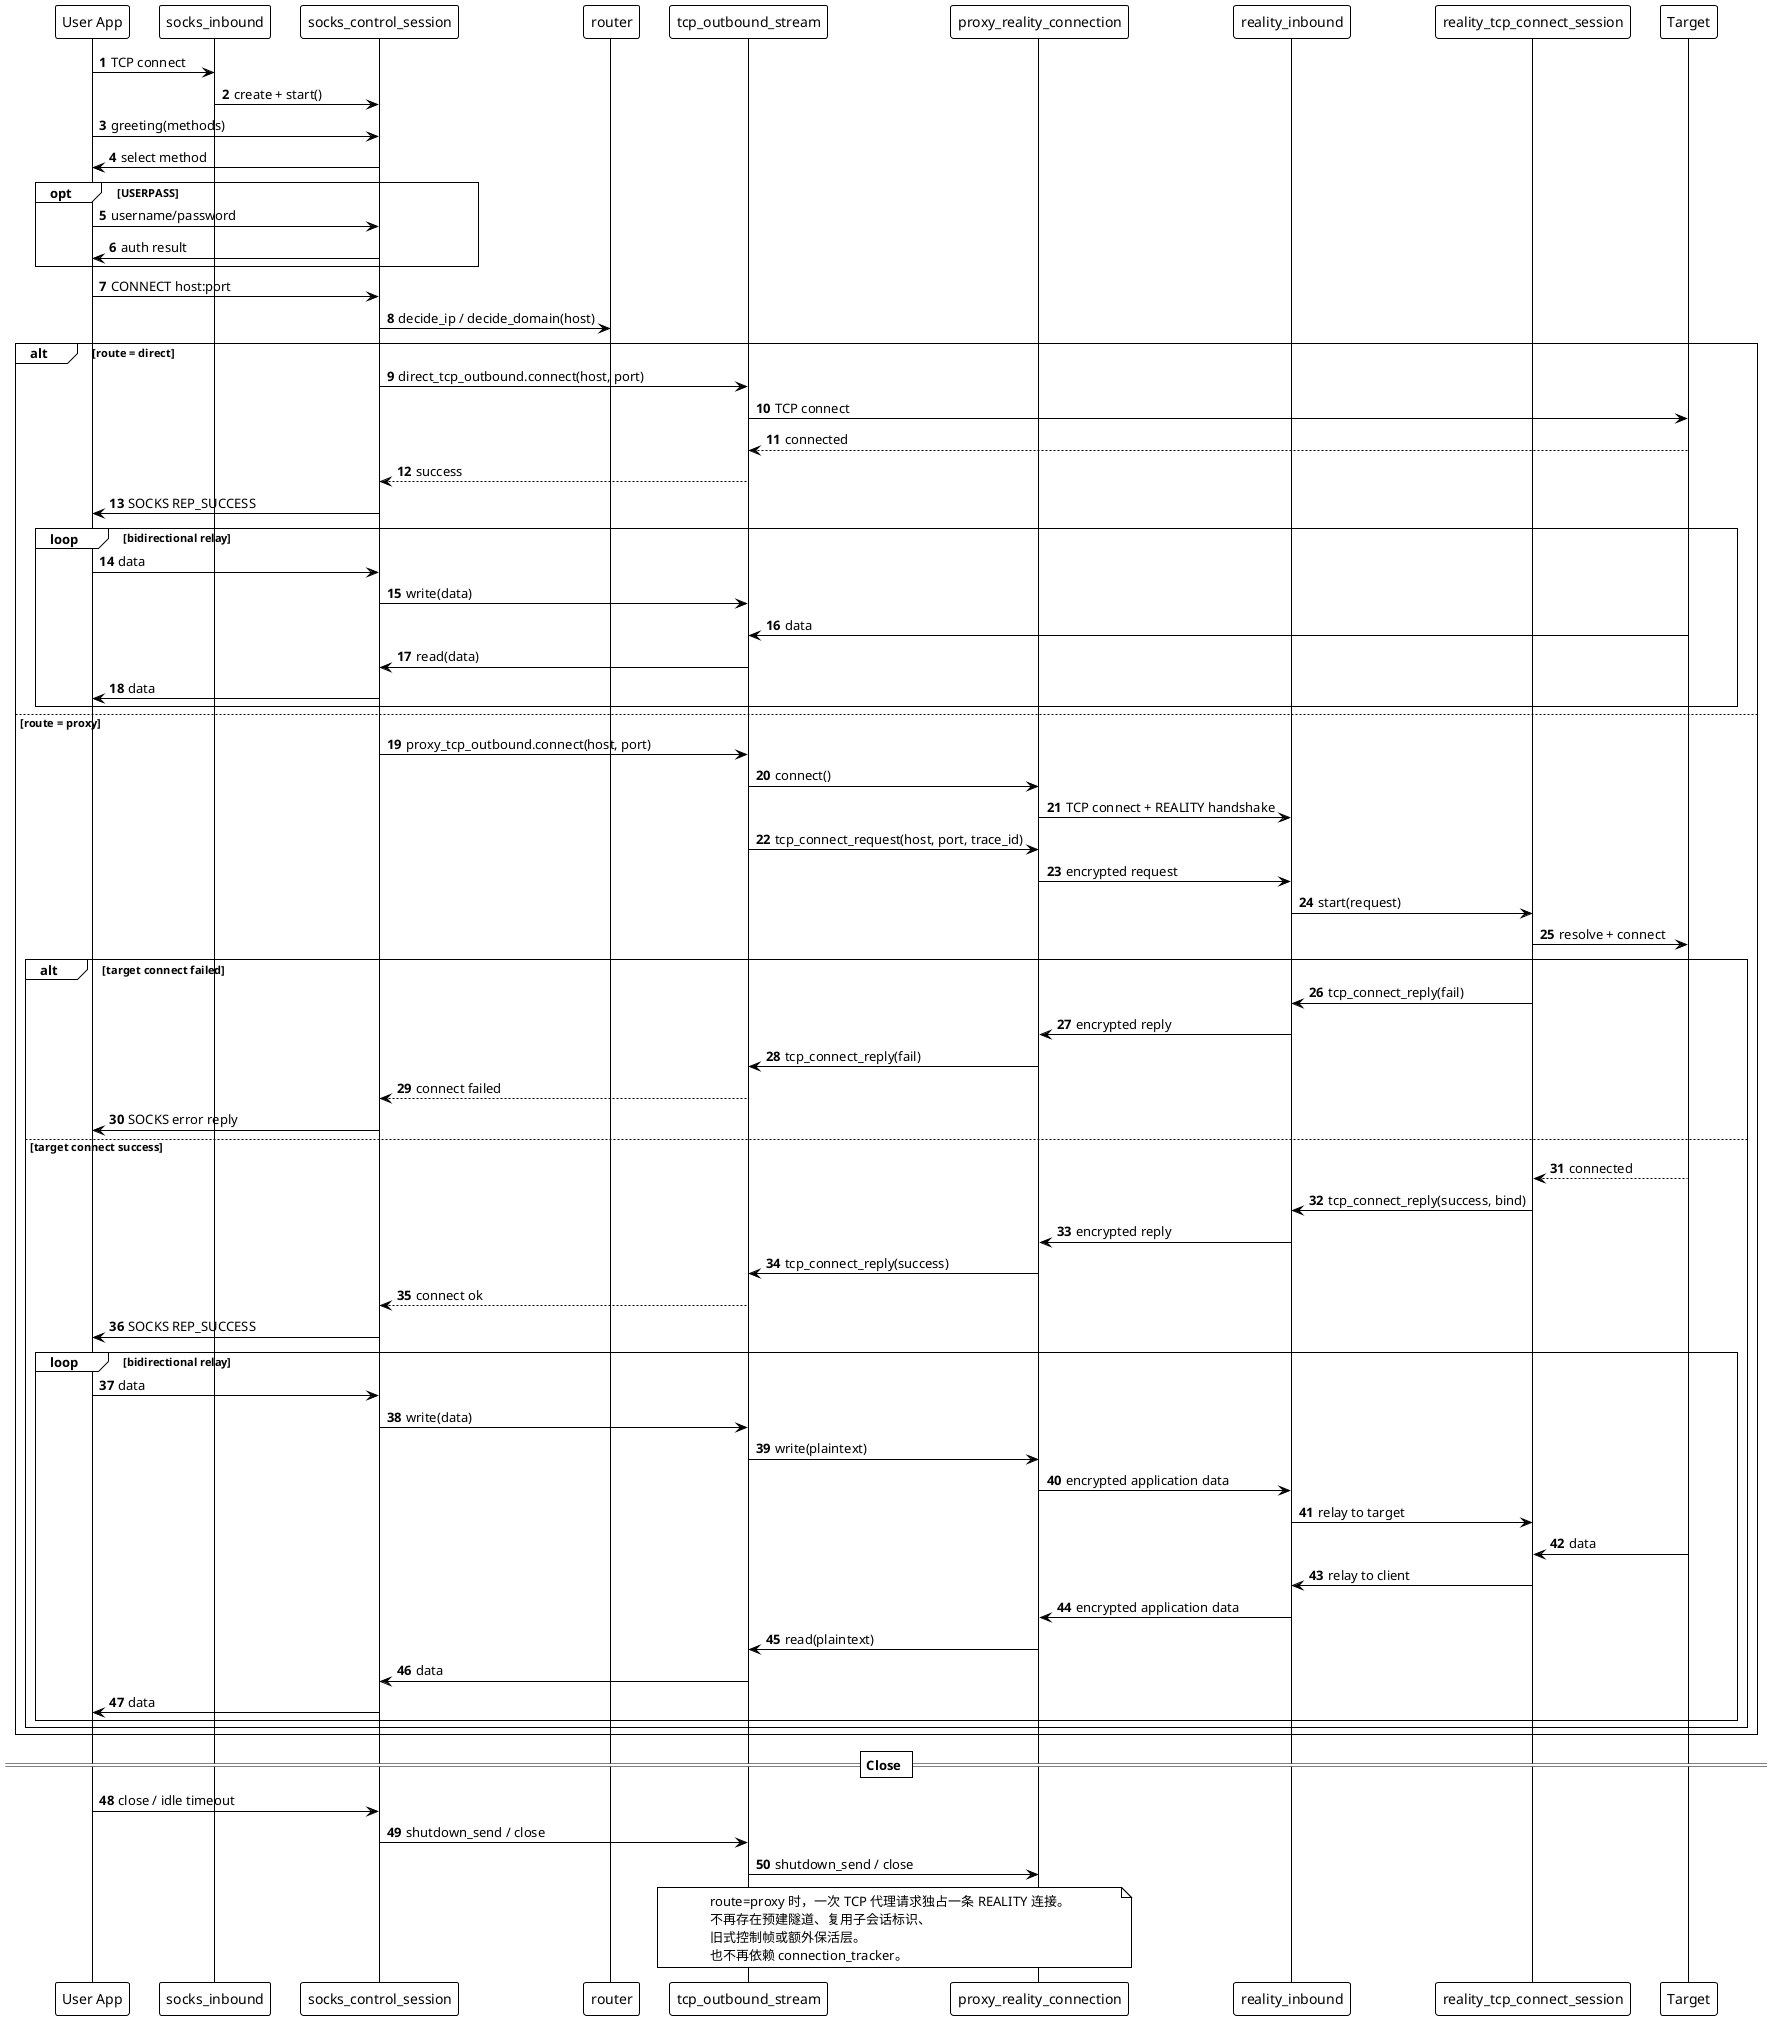
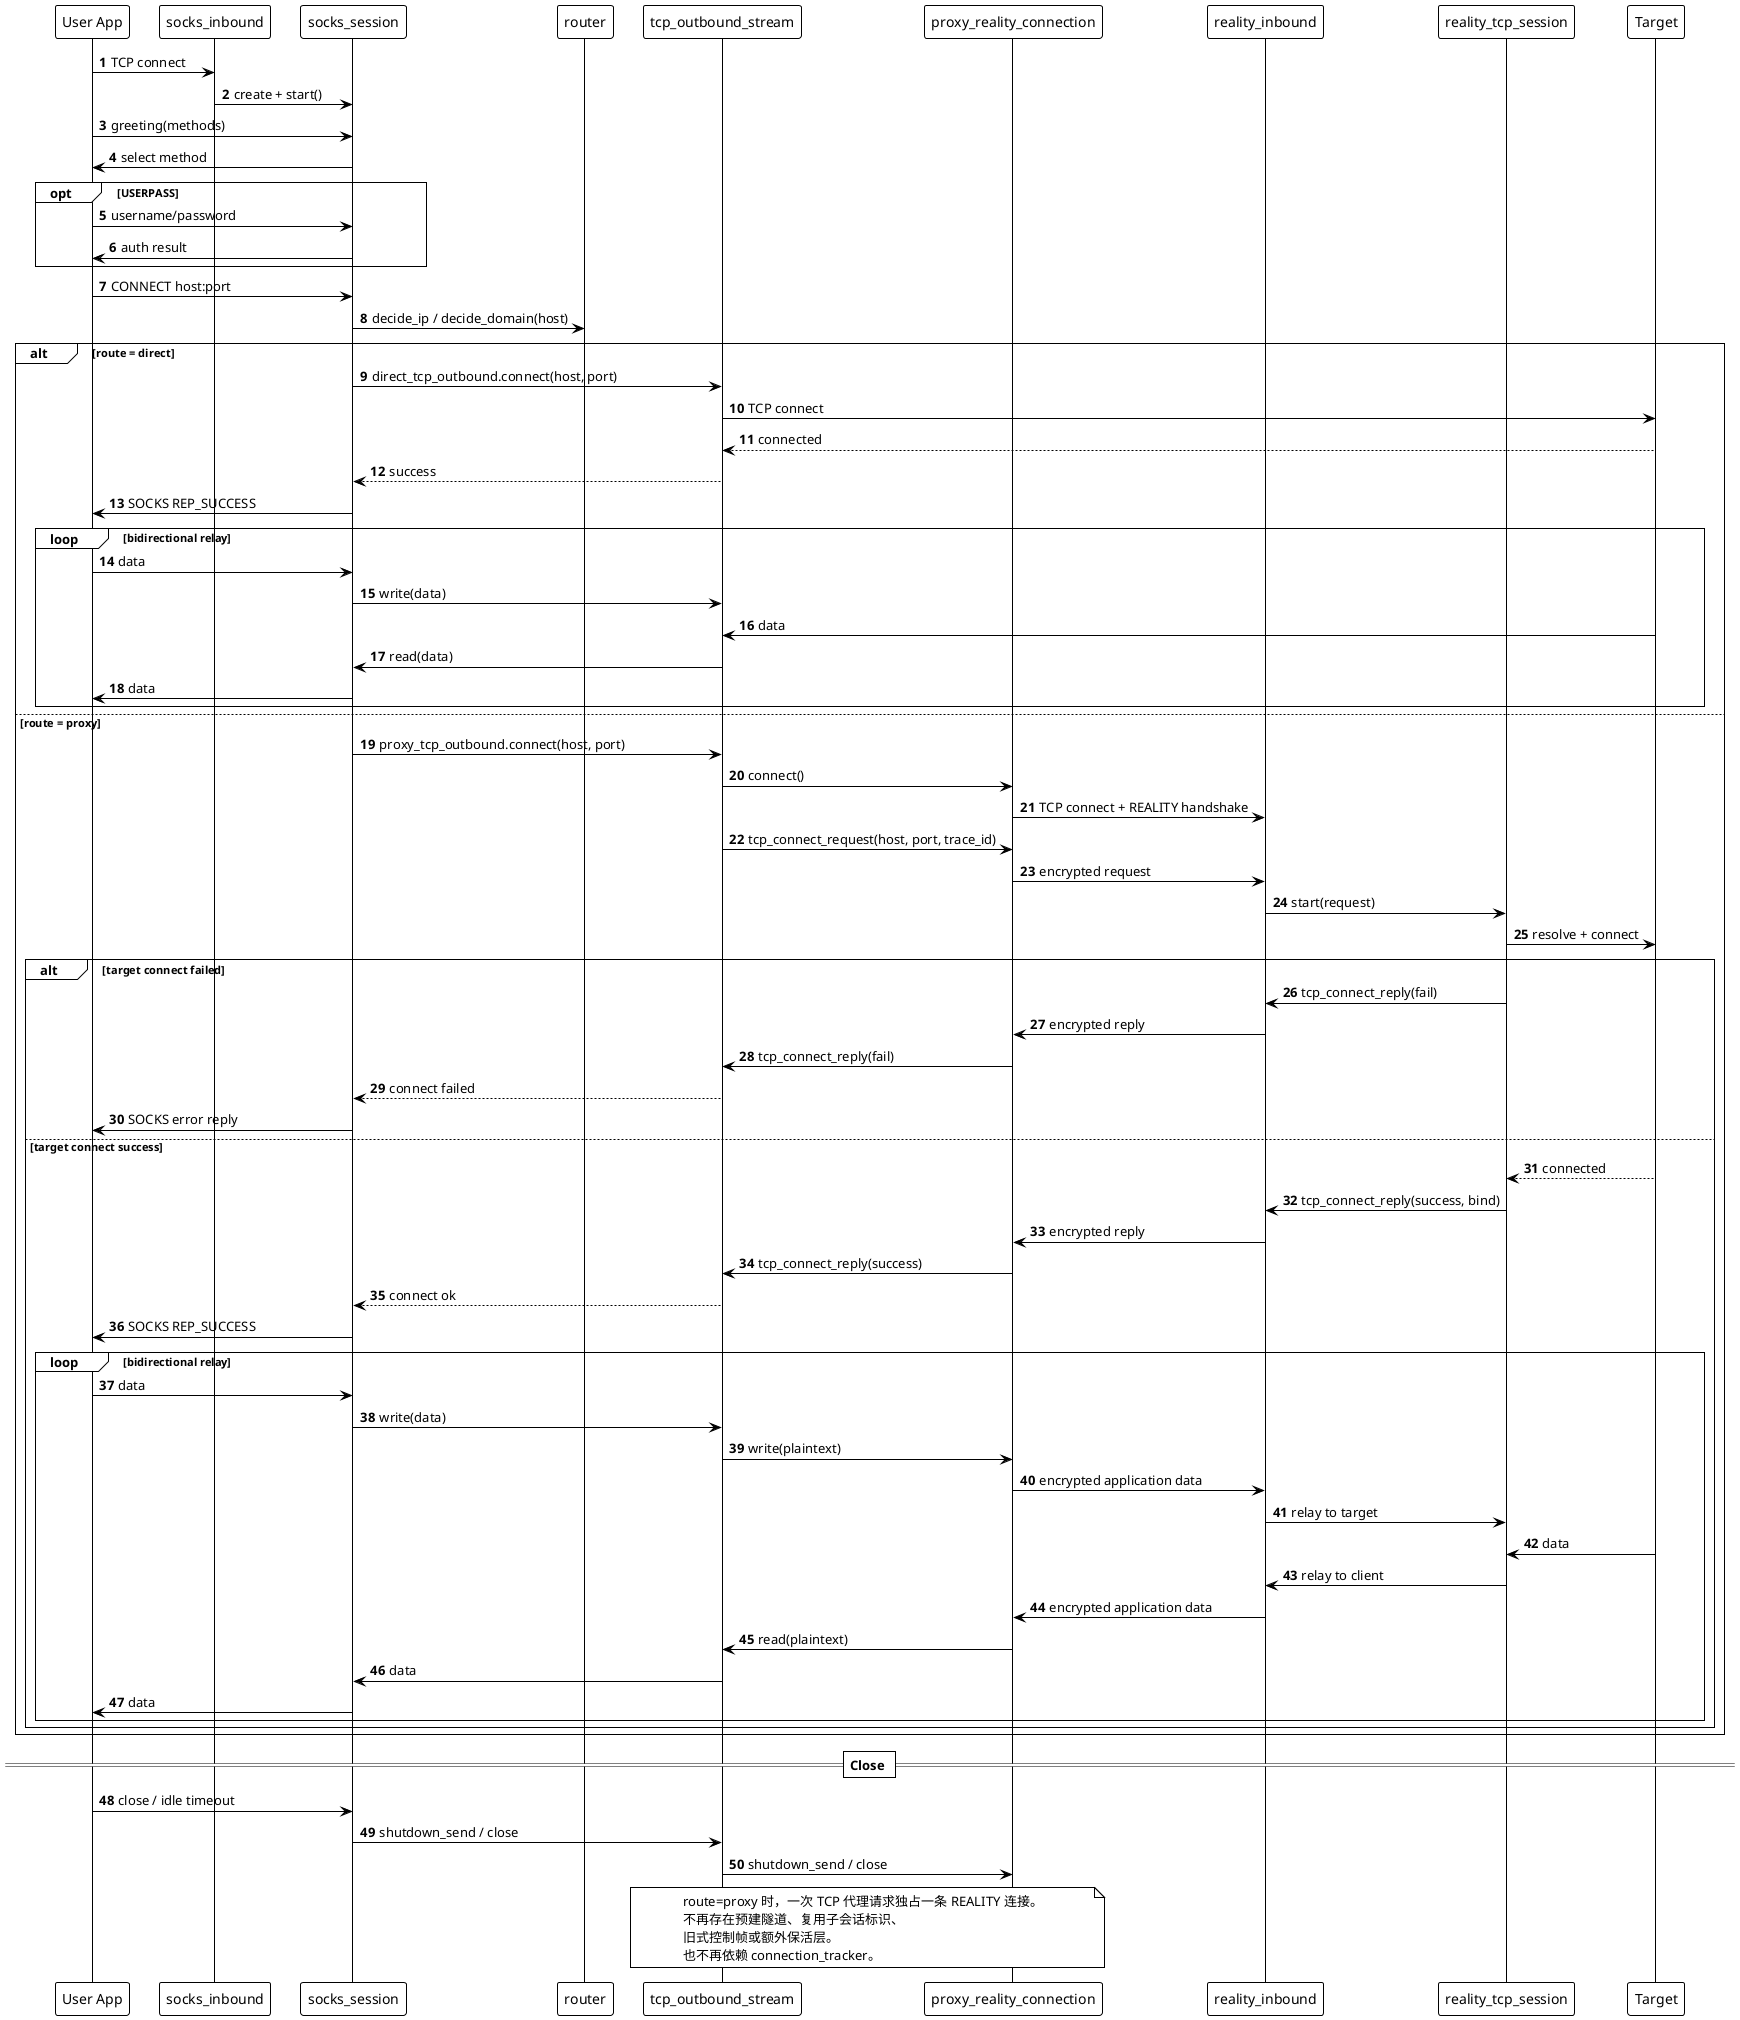
@startuml
!theme plain
autonumber

participant "User App" as App
participant "socks_inbound" as SocksClient
- participant "socks_control_session" as SocksSession
+ participant "socks_session" as SocksSession
participant "router" as Router
participant "tcp_outbound_stream" as Upstream
participant "proxy_reality_connection" as ProxyConn
participant "reality_inbound" as RemoteServer
- participant "reality_tcp_connect_session" as RemoteTcp
+ participant "reality_tcp_session" as RemoteTcp
participant "Target" as Target

App -> SocksClient: TCP connect
SocksClient -> SocksSession: create + start()
App -> SocksSession: greeting(methods)
SocksSession -> App: select method
opt USERPASS
  App -> SocksSession: username/password
  SocksSession -> App: auth result
end

App -> SocksSession: CONNECT host:port
SocksSession -> Router: decide_ip / decide_domain(host)

alt route = direct
  SocksSession -> Upstream: direct_tcp_outbound.connect(host, port)
  Upstream -> Target: TCP connect
  Target --> Upstream: connected
  Upstream --> SocksSession: success
  SocksSession -> App: SOCKS REP_SUCCESS
  loop bidirectional relay
    App -> SocksSession: data
    SocksSession -> Upstream: write(data)
    Target -> Upstream: data
    Upstream -> SocksSession: read(data)
    SocksSession -> App: data
  end
else route = proxy
  SocksSession -> Upstream: proxy_tcp_outbound.connect(host, port)
  Upstream -> ProxyConn: connect()
  ProxyConn -> RemoteServer: TCP connect + REALITY handshake

  Upstream -> ProxyConn: tcp_connect_request(host, port, trace_id)
  ProxyConn -> RemoteServer: encrypted request
  RemoteServer -> RemoteTcp: start(request)
  RemoteTcp -> Target: resolve + connect

  alt target connect failed
    RemoteTcp -> RemoteServer: tcp_connect_reply(fail)
    RemoteServer -> ProxyConn: encrypted reply
    ProxyConn -> Upstream: tcp_connect_reply(fail)
    Upstream --> SocksSession: connect failed
    SocksSession -> App: SOCKS error reply
  else target connect success
    Target --> RemoteTcp: connected
    RemoteTcp -> RemoteServer: tcp_connect_reply(success, bind)
    RemoteServer -> ProxyConn: encrypted reply
    ProxyConn -> Upstream: tcp_connect_reply(success)
    Upstream --> SocksSession: connect ok
    SocksSession -> App: SOCKS REP_SUCCESS

    loop bidirectional relay
      App -> SocksSession: data
      SocksSession -> Upstream: write(data)
      Upstream -> ProxyConn: write(plaintext)
      ProxyConn -> RemoteServer: encrypted application data
      RemoteServer -> RemoteTcp: relay to target

      Target -> RemoteTcp: data
      RemoteTcp -> RemoteServer: relay to client
      RemoteServer -> ProxyConn: encrypted application data
      ProxyConn -> Upstream: read(plaintext)
      Upstream -> SocksSession: data
      SocksSession -> App: data
    end
  end
end

== Close ==
App -> SocksSession: close / idle timeout
SocksSession -> Upstream: shutdown_send / close
Upstream -> ProxyConn: shutdown_send / close

note over Upstream, ProxyConn
  route=proxy 时，一次 TCP 代理请求独占一条 REALITY 连接。
  不再存在预建隧道、复用子会话标识、
  旧式控制帧或额外保活层。
  也不再依赖 connection_tracker。
end note

@enduml
